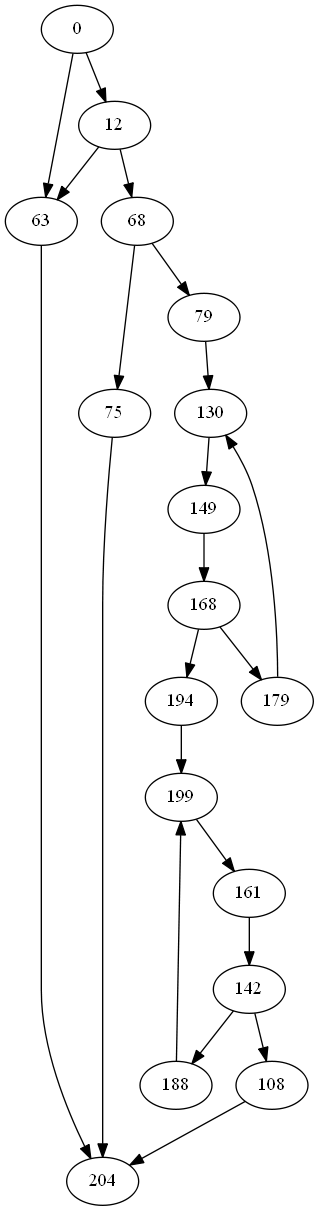
Before: iEvmOpt/Cfg/CfgOutput/test3_graph.png, a diagram exported from Graphviz (Michael-LiangAnze/iEvmOpt). Its source is kept beside it as iEvmOpt/Cfg/CfgOutput/test3_graph.gv.
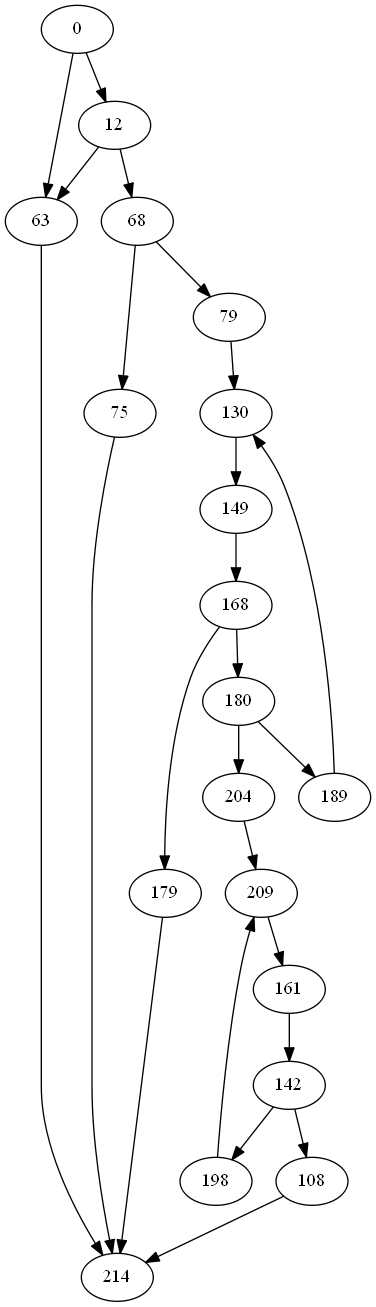
The same diagram one commit later.

Change to the diagram source:
```diff
@@ -12,29 +12,34 @@
 	161 [label=161]
 	168 [label=168]
 	179 [label=179]
-	188 [label=188]
-	194 [label=194]
-	199 [label=199]
+	180 [label=180]
+	189 [label=189]
+	198 [label=198]
 	204 [label=204]
+	209 [label=209]
+	214 [label=214]
 	0 -> 12
 	0 -> 63
 	12 -> 68
 	12 -> 63
-	63 -> 204
+	63 -> 214
 	68 -> 75
 	68 -> 79
-	75 -> 204
+	75 -> 214
 	79 -> 130
-	108 -> 204
+	108 -> 214
 	130 -> 149
-	142 -> 188
 	142 -> 108
+	142 -> 198
 	149 -> 168
 	161 -> 142
-	168 -> 194
 	168 -> 179
-	179 -> 130
-	188 -> 199
-	194 -> 199
-	199 -> 161
+	168 -> 180
+	179 -> 214
+	180 -> 204
+	180 -> 189
+	189 -> 130
+	198 -> 209
+	204 -> 209
+	209 -> 161
 }
```
